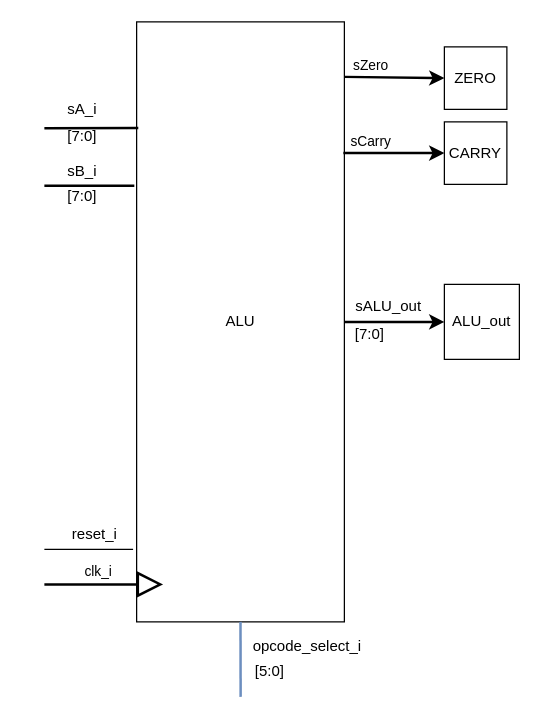
Earlier version of the draw.io diagram Blockbeschreibungen/ALU_beschreibung.drawio (graefjk/RO2). Source tidied: cells renumbered, new cells numbered last; positions are measured from the earlier drawing's top-left corner, leaving out a move shared by most shapes. Both pictures are drawn from the tidied source at 125%, with x=0, y=0 at pixel (44, 21).
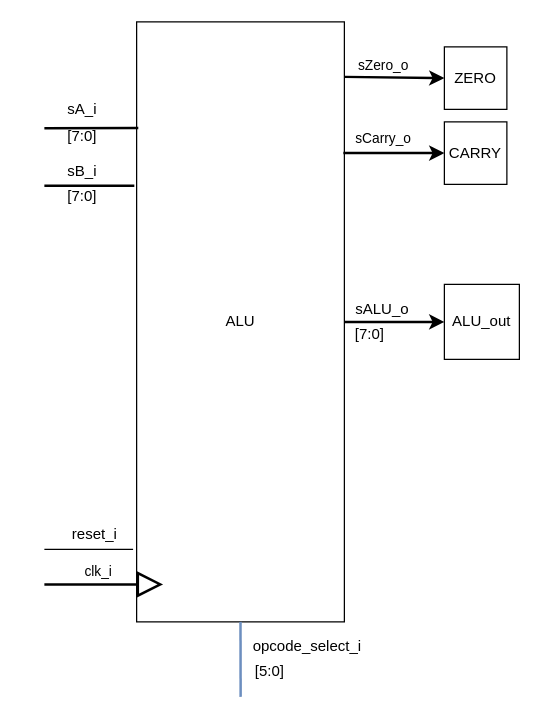
The same page after the edit.

The change refers to these unchanged cells:
```xml
<mxCell id="17" style="endArrow=classic;html=1;strokeWidth=2;exitX=1;exitY=0.102;exitDx=0;exitDy=0;exitPerimeter=0;entryX=0;entryY=0.5;entryDx=0;entryDy=0;" parent="1" edge="1" target="15">
  <mxGeometry relative="1" as="geometry">
    <mxPoint x="240" y="44" as="sourcePoint" />
  </mxGeometry>
</mxCell>
<mxCell id="19" style="endArrow=classic;html=1;strokeWidth=2;exitX=0.995;exitY=0.21;exitDx=0;exitDy=0;exitPerimeter=0;entryX=0;entryY=0.5;entryDx=0;entryDy=0;" parent="1" edge="1" target="16">
  <mxGeometry relative="1" as="geometry">
    <mxPoint x="239.2" y="104.8" as="sourcePoint" />
  </mxGeometry>
</mxCell>
```

Diff of the diagram source:
```diff
@@
-    <mxCell id="18" value="sZero" style="edgeLabel;html=1;align=center;verticalAlign=middle;" parent="17" vertex="1">
+    <mxCell id="18" value="sZero_o" style="edgeLabel;html=1;align=center;verticalAlign=middle;" parent="17" vertex="1">
       <mxGeometry x="-0.58" y="3" relative="1" as="geometry">
-        <mxPoint x="3.4" y="-7.2" as="offset" />
+        <mxPoint x="13" y="-7.2" as="offset" />
       </mxGeometry>
     </mxCell>
@@
-    <mxCell id="20" value="sCarry" style="edgeLabel;html=1;align=center;verticalAlign=middle;" parent="19" vertex="1">
+    <mxCell id="20" value="sCarry_o" style="edgeLabel;html=1;align=center;verticalAlign=middle;" parent="19" vertex="1">
       <mxGeometry x="-0.66" y="2" relative="1" as="geometry">
-        <mxPoint x="7" y="-7.8" as="offset" />
+        <mxPoint x="17" y="-10.8" as="offset" />
       </mxGeometry>
     </mxCell>
@@
-    <mxCell id="22" value="sALU_out" style="text;html=1;align=center;verticalAlign=middle;strokeColor=none;" parent="1" vertex="1">
-      <mxGeometry x="240" y="218" width="70" height="20" as="geometry" />
+    <mxCell id="22" value="sALU_o" style="text;html=1;align=center;verticalAlign=middle;strokeColor=none;" parent="1" vertex="1">
+      <mxGeometry x="240" y="220" width="60" height="20" as="geometry" />
     </mxCell>
```
